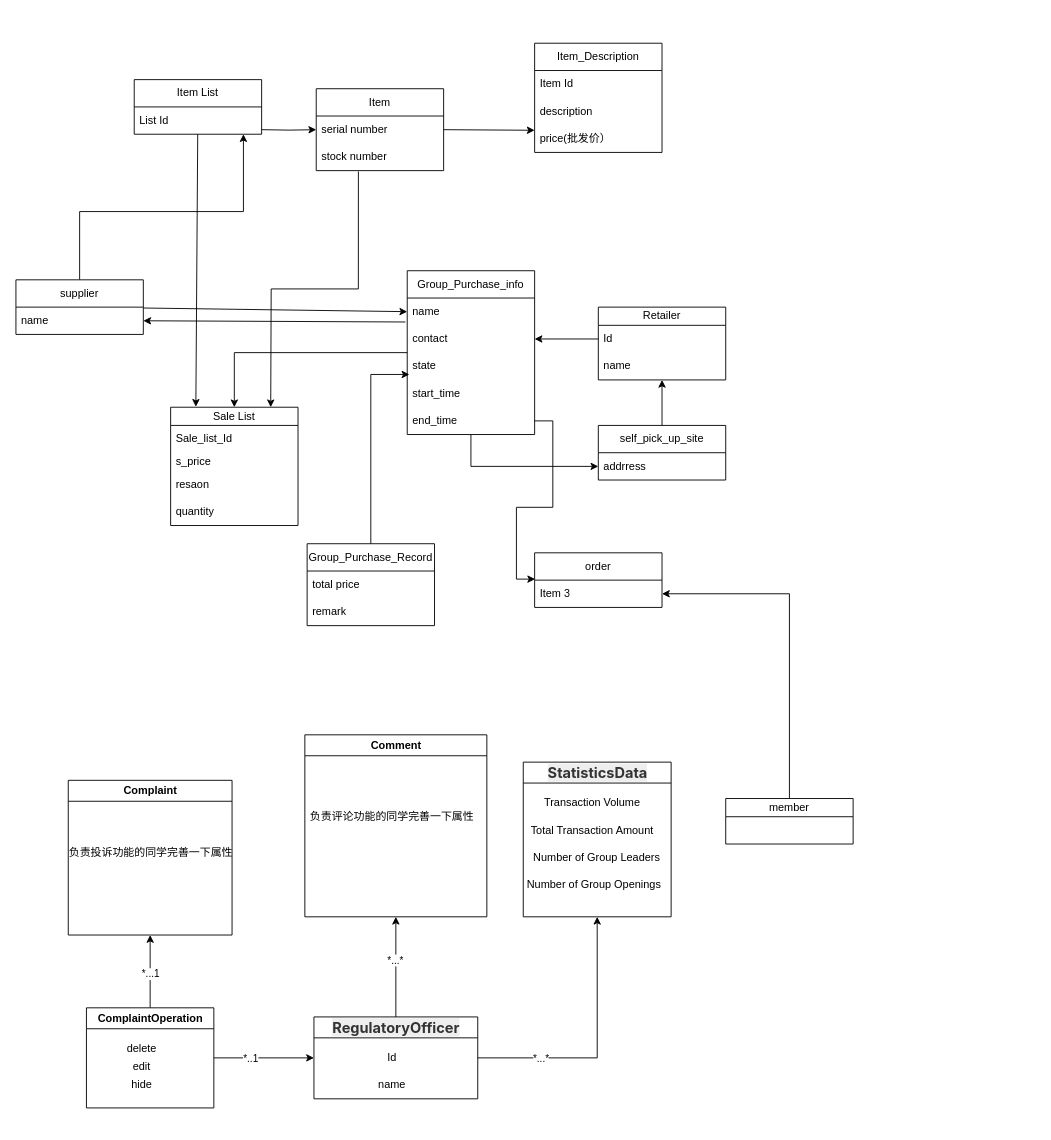
The draw.io diagram 未命名绘图.drawio in zzy347964399/pafd-automated, before the edit. Source tidied: cells renumbered, new cells numbered last; positions are measured from the earlier drawing's top-left corner, leaving out a move shared by most shapes. Both pictures are drawn from the tidied source at 91%, with x=0, y=0 at pixel (15, 43).
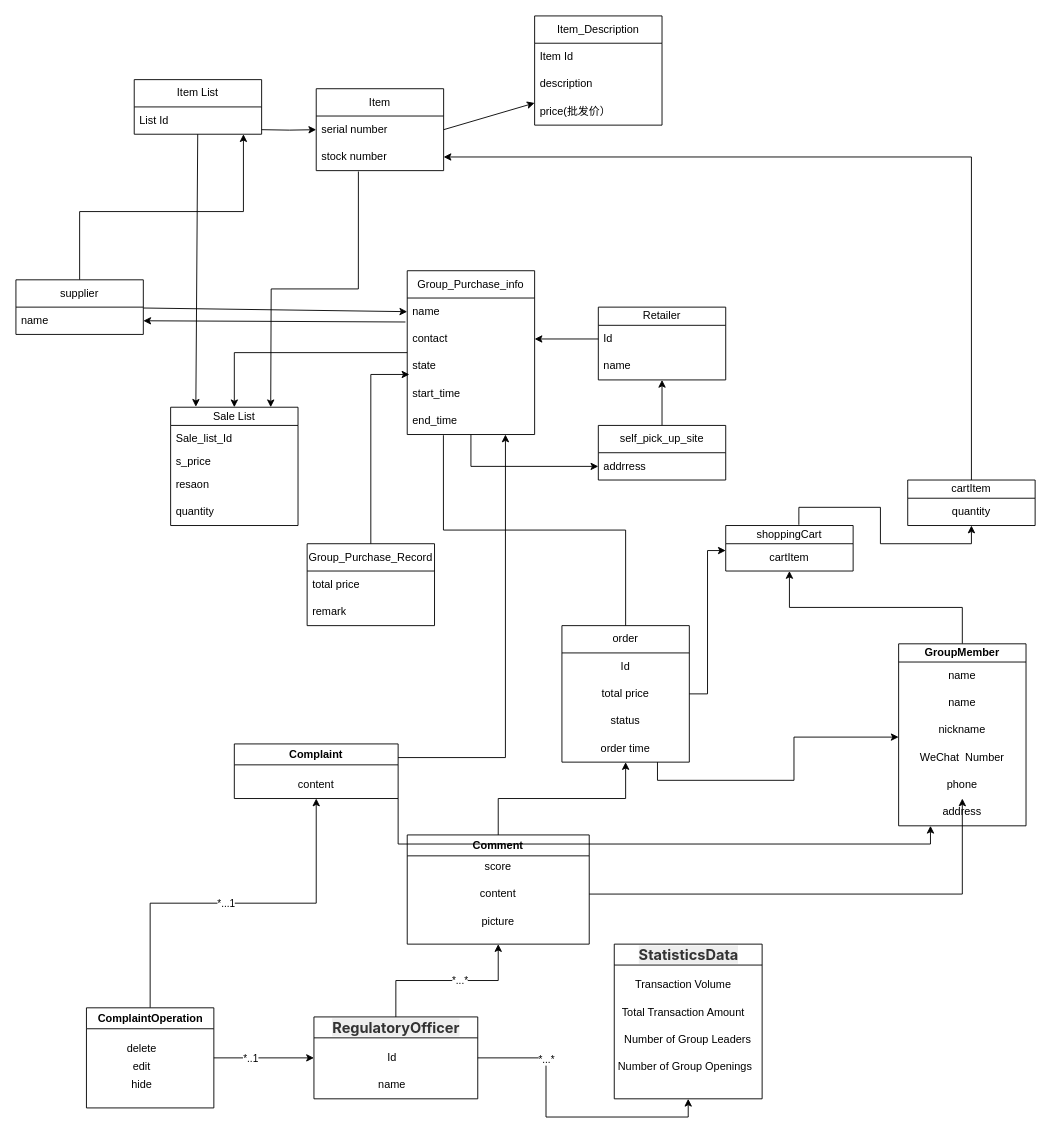
After the change.

The change refers to these unchanged cells:
```xml
<mxCell id="4" value="stock number" style="text;strokeColor=none;fillColor=none;align=left;verticalAlign=middle;spacingLeft=4;spacingRight=4;overflow=hidden;points=[[0,0.5],[1,0.5]];portConstraint=eastwest;whiteSpace=wrap;html=1;" parent="2" vertex="1">
  <mxGeometry y="60" width="140" height="30" as="geometry" />
</mxCell>
<mxCell id="25" value="end_time" style="text;strokeColor=none;fillColor=none;align=left;verticalAlign=middle;spacingLeft=4;spacingRight=4;overflow=hidden;points=[[0,0.5],[1,0.5]];portConstraint=eastwest;whiteSpace=wrap;html=1;" parent="20" vertex="1">
  <mxGeometry y="150" width="140" height="30" as="geometry" />
</mxCell>
```

Change to the diagram source:
```diff
@@
     <mxCell id="5" value="Item_Description" style="swimlane;fontStyle=0;horizontal=1;startSize=30;whiteSpace=wrap;html=1;" parent="1" vertex="1">
-      <mxGeometry x="570" width="140" height="120" as="geometry" />
+      <mxGeometry x="570" y="-30" width="140" height="120" as="geometry" />
     </mxCell>
@@
     <mxCell id="40" value="order" style="swimlane;fontStyle=0;horizontal=1;startSize=30;whiteSpace=wrap;html=1;" parent="1" vertex="1">
-      <mxGeometry x="570" y="560" width="140" height="60" as="geometry" />
+      <mxGeometry x="600" y="640" width="140" height="150" as="geometry" />
     </mxCell>
-    <mxCell id="41" value="Item 3" style="text;strokeColor=none;fillColor=none;align=left;verticalAlign=middle;spacingLeft=4;spacingRight=4;overflow=hidden;points=[[0,0.5],[1,0.5]];portConstraint=eastwest;whiteSpace=wrap;html=1;" parent="40" vertex="1">
-      <mxGeometry y="30" width="140" height="30" as="geometry" />
-    </mxCell>
-    <mxCell id="42" style="edgeStyle=orthogonalEdgeStyle;rounded=0;jettySize=auto;html=1;" parent="1" edge="1" source="43" target="41">
-      <mxGeometry relative="1" as="geometry" />
-    </mxCell>
+    <mxCell id="73" value="Id" style="text;strokeColor=none;align=center;fillColor=none;html=1;verticalAlign=middle;whiteSpace=wrap;rounded=0;" parent="40" vertex="1">
+      <mxGeometry y="30" width="140" height="30" as="geometry" />
+    </mxCell>
+    <mxCell id="74" value="total price" style="text;strokeColor=none;align=center;fillColor=none;html=1;verticalAlign=middle;whiteSpace=wrap;rounded=0;" parent="40" vertex="1">
+      <mxGeometry y="60" width="140" height="30" as="geometry" />
+    </mxCell>
+    <mxCell id="75" value="status" style="text;strokeColor=none;align=center;fillColor=none;html=1;verticalAlign=middle;whiteSpace=wrap;rounded=0;" parent="40" vertex="1">
+      <mxGeometry y="90" width="140" height="30" as="geometry" />
+    </mxCell>
+    <mxCell id="76" value="order time" style="text;strokeColor=none;align=center;fillColor=none;html=1;verticalAlign=middle;whiteSpace=wrap;rounded=0;" parent="40" vertex="1">
+      <mxGeometry y="120" width="140" height="30" as="geometry" />
+    </mxCell>
+    <mxCell id="77" style="edgeStyle=orthogonalEdgeStyle;rounded=0;jettySize=auto;html=1;exitX=0.5;exitY=0;exitDx=0;exitDy=0;" parent="1" edge="1" source="43" target="88">
+      <mxGeometry relative="1" as="geometry" />
+    </mxCell>
-    <mxCell id="43" value="member" style="swimlane;fontStyle=0;horizontal=1;startSize=20;whiteSpace=wrap;html=1;" parent="1" vertex="1">
-      <mxGeometry x="780" y="830" width="140" height="50" as="geometry" />
+    <mxCell id="43" value="&lt;b&gt;GroupMember&lt;/b&gt;" style="swimlane;fontStyle=0;horizontal=1;startSize=20;whiteSpace=wrap;html=1;" parent="1" vertex="1">
+      <mxGeometry x="970" y="660" width="140" height="200" as="geometry" />
     </mxCell>
-    <mxCell id="44" style="edgeStyle=orthogonalEdgeStyle;rounded=0;jettySize=auto;html=1;entryX=0.004;entryY=-0.037;entryDx=0;entryDy=0;entryPerimeter=0;" parent="1" edge="1" source="25" target="41">
-      <mxGeometry relative="1" as="geometry" />
-    </mxCell>
+    <mxCell id="78" value="name" style="text;html=1;strokeColor=none;fillColor=none;align=center;verticalAlign=middle;whiteSpace=wrap;rounded=0;" parent="43" vertex="1">
+      <mxGeometry y="20" width="140" height="30" as="geometry" />
+    </mxCell>
+    <mxCell id="79" value="name" style="text;html=1;strokeColor=none;fillColor=none;align=center;verticalAlign=middle;whiteSpace=wrap;rounded=0;" parent="43" vertex="1">
+      <mxGeometry y="50" width="140" height="30" as="geometry" />
+    </mxCell>
+    <mxCell id="80" value="nickname" style="text;html=1;strokeColor=none;fillColor=none;align=center;verticalAlign=middle;whiteSpace=wrap;rounded=0;" parent="43" vertex="1">
+      <mxGeometry y="80" width="140" height="30" as="geometry" />
+    </mxCell>
+    <mxCell id="81" value="WeChat&amp;nbsp; Number" style="text;html=1;strokeColor=none;fillColor=none;align=center;verticalAlign=middle;whiteSpace=wrap;rounded=0;" parent="43" vertex="1">
+      <mxGeometry y="110" width="140" height="30" as="geometry" />
+    </mxCell>
+    <mxCell id="82" value="phone" style="text;html=1;strokeColor=none;fillColor=none;align=center;verticalAlign=middle;whiteSpace=wrap;rounded=0;" parent="43" vertex="1">
+      <mxGeometry y="140" width="140" height="30" as="geometry" />
+    </mxCell>
+    <mxCell id="83" value="address" style="text;html=1;strokeColor=none;fillColor=none;align=center;verticalAlign=middle;whiteSpace=wrap;rounded=0;" parent="43" vertex="1">
+      <mxGeometry y="170" width="140" height="30" as="geometry" />
+    </mxCell>
@@
     <mxCell id="49" value="&lt;strong style=&quot;margin-top: 0px; margin-bottom: 0px; color: rgb(51, 51, 51); font-family: -apple-system, &amp;quot;system-ui&amp;quot;, &amp;quot;Segoe UI&amp;quot;, Roboto, Oxygen, Ubuntu, Cantarell, &amp;quot;Fira Sans&amp;quot;, &amp;quot;Droid Sans&amp;quot;, &amp;quot;Helvetica Neue&amp;quot;, sans-serif; font-size: 16px; text-align: left; background-color: rgb(238, 238, 238);&quot;&gt;StatisticsData&lt;/strong&gt;" style="swimlane;whiteSpace=wrap;html=1;" parent="1" vertex="1">
-      <mxGeometry x="557.5" y="790" width="162.5" height="170" as="geometry" />
+      <mxGeometry x="657.5" y="990" width="162.5" height="170" as="geometry" />
     </mxCell>
@@
     <mxCell id="61" value="Complaint" style="swimlane;whiteSpace=wrap;html=1;" parent="1" vertex="1">
-      <mxGeometry x="57.5" y="810" width="180" height="170" as="geometry" />
+      <mxGeometry x="240" y="770" width="180" height="60" as="geometry" />
     </mxCell>
-    <mxCell id="62" value="负责投诉功能的同学完善一下属性" style="text;html=1;align=center;verticalAlign=middle;strokeColor=none;fillColor=none;" parent="61" vertex="1">
-      <mxGeometry x="-10" y="65" width="200" height="30" as="geometry" />
-    </mxCell>
+    <mxCell id="84" value="content" style="text;strokeColor=none;align=center;fillColor=none;html=1;verticalAlign=middle;whiteSpace=wrap;rounded=0;" parent="61" vertex="1">
+      <mxGeometry y="30" width="180" height="30" as="geometry" />
+    </mxCell>
     <mxCell id="63" value="Comment" style="swimlane;whiteSpace=wrap;html=1;" parent="1" vertex="1">
-      <mxGeometry x="317.5" y="760" width="200" height="200" as="geometry" />
+      <mxGeometry x="430" y="870" width="200" height="120" as="geometry" />
     </mxCell>
-    <mxCell id="64" value="负责评论功能的同学完善一下属性" style="text;html=1;align=center;verticalAlign=middle;strokeColor=none;fillColor=none;" parent="63" vertex="1">
-      <mxGeometry x="-5" y="75" width="200" height="30" as="geometry" />
-    </mxCell>
+    <mxCell id="85" value="score" style="text;strokeColor=none;align=center;fillColor=none;html=1;verticalAlign=middle;whiteSpace=wrap;rounded=0;" parent="63" vertex="1">
+      <mxGeometry y="20" width="200" height="30" as="geometry" />
+    </mxCell>
+    <mxCell id="86" value="content" style="text;strokeColor=none;align=center;fillColor=none;html=1;verticalAlign=middle;whiteSpace=wrap;rounded=0;" parent="63" vertex="1">
+      <mxGeometry y="50" width="200" height="30" as="geometry" />
+    </mxCell>
+    <mxCell id="87" value="picture" style="text;strokeColor=none;align=center;fillColor=none;html=1;verticalAlign=middle;whiteSpace=wrap;rounded=0;" parent="63" vertex="1">
+      <mxGeometry y="80" width="200" height="30" as="geometry" />
+    </mxCell>
@@
+    <mxCell id="88" value="shoppingCart" style="swimlane;fontStyle=0;horizontal=1;startSize=20;whiteSpace=wrap;html=1;" parent="1" vertex="1">
+      <mxGeometry x="780" y="530" width="140" height="50" as="geometry" />
+    </mxCell>
+    <mxCell id="89" value="cartItem" style="text;html=1;strokeColor=none;fillColor=none;align=center;verticalAlign=middle;whiteSpace=wrap;rounded=0;" parent="88" vertex="1">
+      <mxGeometry y="20" width="140" height="30" as="geometry" />
+    </mxCell>
+    <mxCell id="90" value="cartItem" style="swimlane;fontStyle=0;horizontal=1;startSize=20;whiteSpace=wrap;html=1;" parent="1" vertex="1">
+      <mxGeometry x="980" y="480" width="140" height="50" as="geometry" />
+    </mxCell>
+    <mxCell id="91" value="quantity" style="text;html=1;strokeColor=none;fillColor=none;align=center;verticalAlign=middle;whiteSpace=wrap;rounded=0;" parent="90" vertex="1">
+      <mxGeometry y="20" width="140" height="30" as="geometry" />
+    </mxCell>
+    <mxCell id="92" style="edgeStyle=orthogonalEdgeStyle;rounded=0;jettySize=auto;html=1;exitX=0.5;exitY=0;exitDx=0;exitDy=0;entryX=0.5;entryY=1;entryDx=0;entryDy=0;" parent="1" edge="1" source="63" target="76">
+      <mxGeometry relative="1" as="geometry" />
+    </mxCell>
+    <mxCell id="93" style="edgeStyle=orthogonalEdgeStyle;rounded=0;jettySize=auto;html=1;exitX=0.574;exitY=-0.016;exitDx=0;exitDy=0;entryX=0.5;entryY=1;entryDx=0;entryDy=0;exitPerimeter=0;" parent="1" edge="1" source="88" target="91">
+      <mxGeometry relative="1" as="geometry" />
+    </mxCell>
+    <mxCell id="94" style="edgeStyle=orthogonalEdgeStyle;rounded=0;jettySize=auto;html=1;entryX=1;entryY=0.5;entryDx=0;entryDy=0;" parent="1" edge="1" source="90" target="4">
+      <mxGeometry relative="1" as="geometry" />
+    </mxCell>
+    <mxCell id="95" style="edgeStyle=orthogonalEdgeStyle;rounded=0;jettySize=auto;html=1;exitX=0.75;exitY=1;exitDx=0;exitDy=0;entryX=0;entryY=0.75;entryDx=0;entryDy=0;" parent="1" edge="1" source="76" target="80">
+      <mxGeometry relative="1" as="geometry" />
+    </mxCell>
+    <mxCell id="96" style="edgeStyle=orthogonalEdgeStyle;rounded=0;jettySize=auto;html=1;exitX=1;exitY=0.5;exitDx=0;exitDy=0;entryX=0;entryY=0.25;entryDx=0;entryDy=0;" parent="1" edge="1" source="74" target="89">
+      <mxGeometry relative="1" as="geometry" />
+    </mxCell>
+    <mxCell id="97" style="edgeStyle=orthogonalEdgeStyle;rounded=0;jettySize=auto;html=1;exitX=0.5;exitY=0;exitDx=0;exitDy=0;entryX=0.284;entryY=1.025;entryDx=0;entryDy=0;entryPerimeter=0;endArrow=none;endFill=0;" parent="1" edge="1" source="40" target="25">
+      <mxGeometry relative="1" as="geometry" />
+    </mxCell>
+    <mxCell id="98" style="edgeStyle=orthogonalEdgeStyle;rounded=0;jettySize=auto;html=1;exitX=1;exitY=0.5;exitDx=0;exitDy=0;" parent="1" edge="1" source="86" target="82">
+      <mxGeometry relative="1" as="geometry" />
+    </mxCell>
+    <mxCell id="99" style="edgeStyle=orthogonalEdgeStyle;rounded=0;jettySize=auto;html=1;exitX=1;exitY=1;exitDx=0;exitDy=0;entryX=0.25;entryY=1;entryDx=0;entryDy=0;" parent="1" edge="1" source="84" target="83">
+      <mxGeometry relative="1" as="geometry" />
+    </mxCell>
+    <mxCell id="100" style="edgeStyle=orthogonalEdgeStyle;rounded=0;jettySize=auto;html=1;exitX=1;exitY=0.25;exitDx=0;exitDy=0;entryX=0.771;entryY=0.999;entryDx=0;entryDy=0;entryPerimeter=0;" parent="1" edge="1" source="61" target="25">
+      <mxGeometry relative="1" as="geometry" />
+    </mxCell>
```
